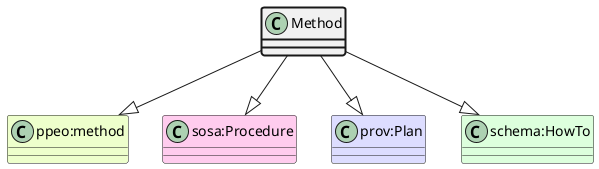
Above: ttl_uml/ttl_appn_Method.png in aus-plant-phenomics-network/appn-schema (PlantUML), before the change.
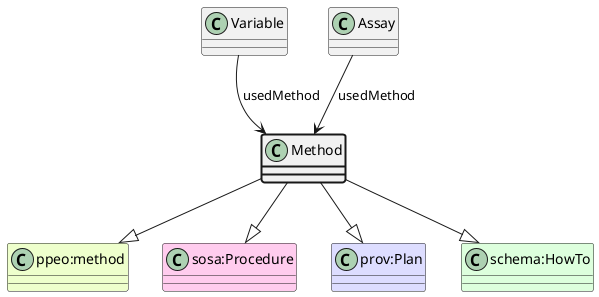
Later version of the same file.

The edit, as a diff of the source:
```diff
@@ -8,4 +8,8 @@
 Method --|> "prov:Plan"
 class "schema:HowTo" #DDFFDD
 Method --|> "schema:HowTo"
+class Variable
+Variable --> Method : usedMethod
+class Assay
+Assay --> Method : usedMethod
 @enduml
```
